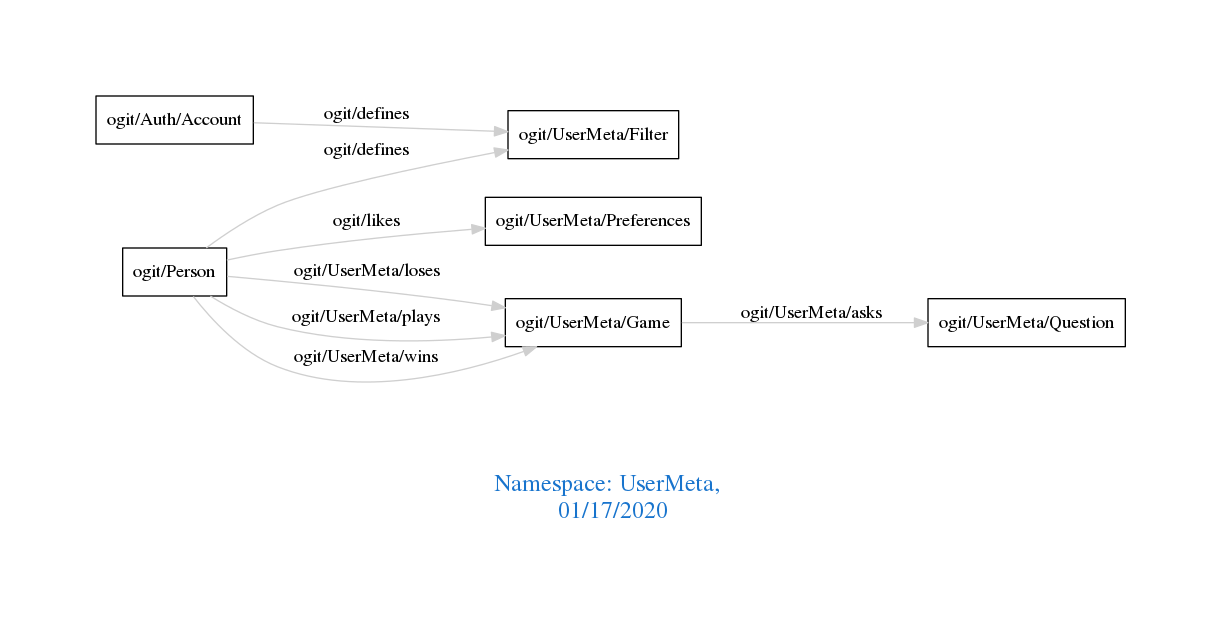
This is downloads/UserMeta.png from arago/OGIT, a Graphviz export, as it was before one commit. Its source is kept beside it as downloads/UserMeta.dot.
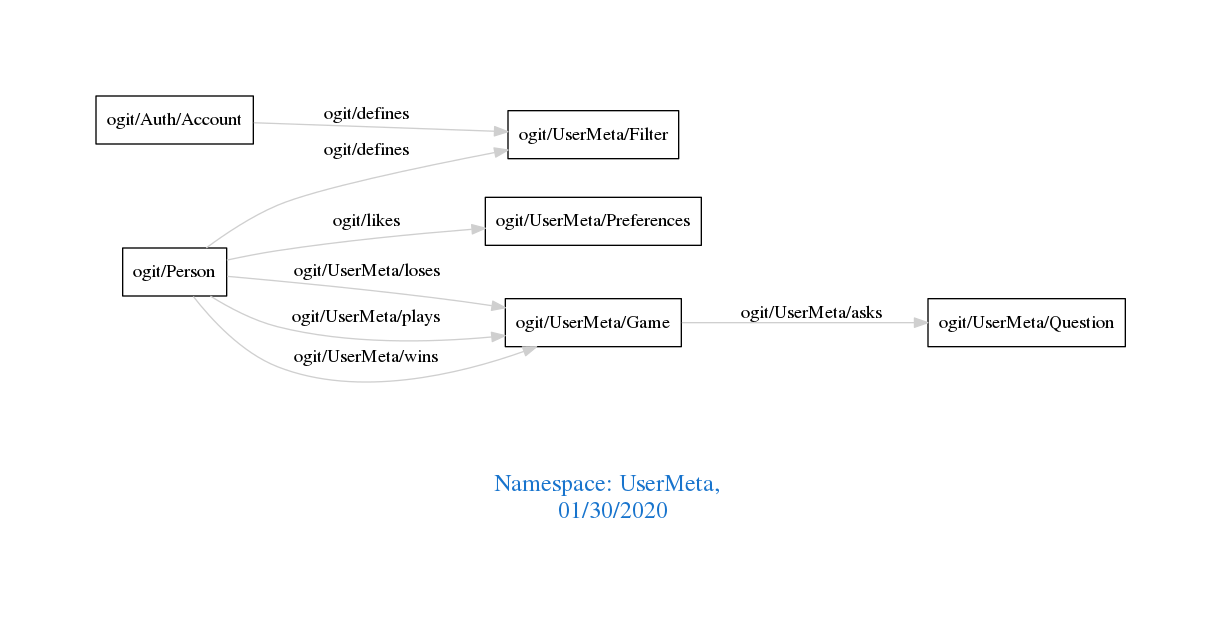
After the change.

Change to the diagram source:
```diff
@@ -1,7 +1,7 @@
 digraph OGIT_ontology {
  graph [ rankdir= LR,pad=1
 fontsize = 18,
-fontcolor= dodgerblue3,label = "\n\n\nNamespace: UserMeta, \n 01/17/2020"];
+fontcolor= dodgerblue3,label = "\n\n\nNamespace: UserMeta, \n 01/30/2020"];
 node[shape=polygon];
 edge [  color="gray81"];
 
```
